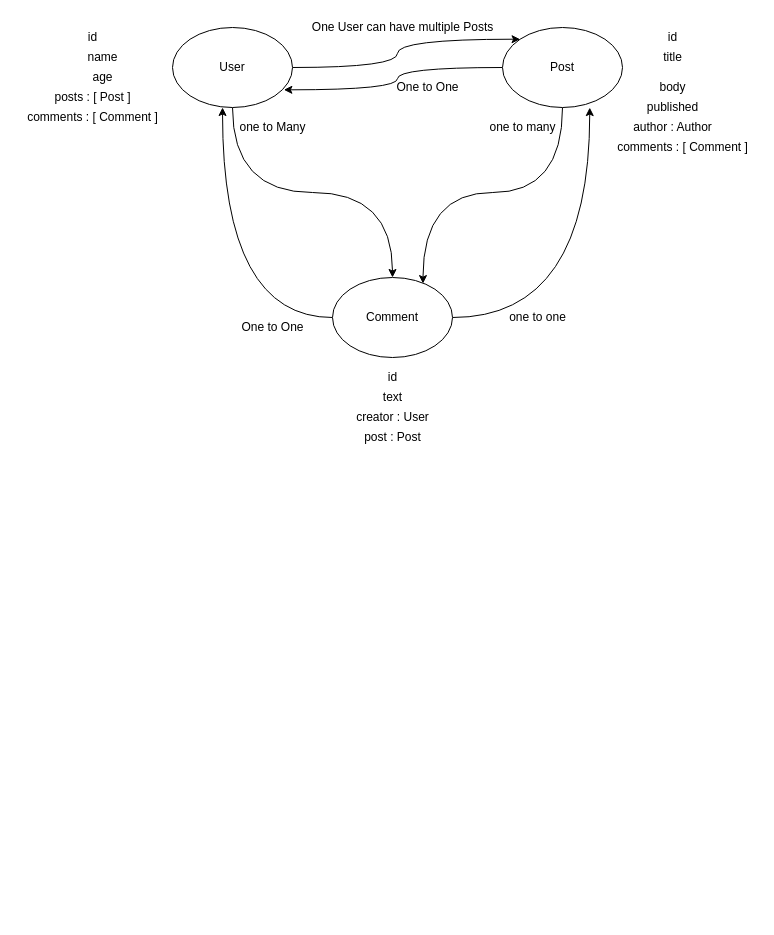
Above: page "Page-14" (14 of 14) of refs/diagrams.drawio in synergy2411/mar-22-brillo (draw.io), before the change. Source tidied: cells renumbered, new cells numbered last; positions are measured from the earlier drawing's top-left corner, leaving out a move shared by most shapes. Both pictures are drawn from the tidied source at 100%, with x=0, y=0 at pixel (17, 17).
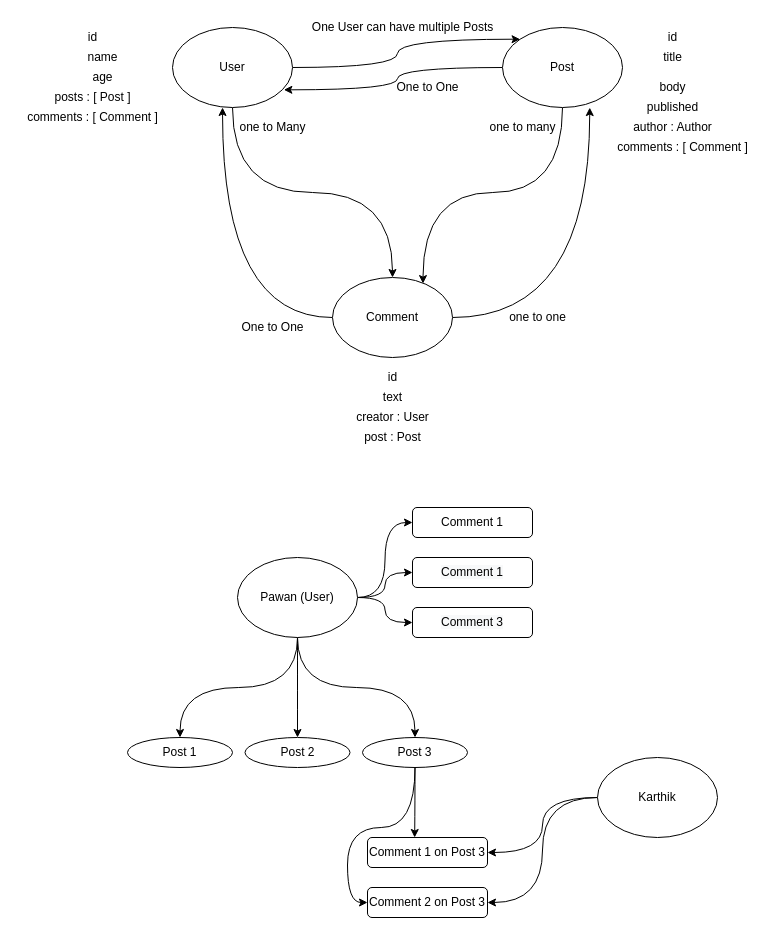
The same diagram, later.

What changed in the source:
```diff
@@
+    <mxCell id="32" style="edgeStyle=orthogonalEdgeStyle;curved=1;jettySize=auto;html=1;" parent="1" edge="1" source="38" target="39">
+      <mxGeometry relative="1" as="geometry" />
+    </mxCell>
+    <mxCell id="33" style="edgeStyle=orthogonalEdgeStyle;curved=1;jettySize=auto;html=1;exitX=0.5;exitY=1;exitDx=0;exitDy=0;" parent="1" edge="1" source="38" target="40">
+      <mxGeometry relative="1" as="geometry" />
+    </mxCell>
+    <mxCell id="34" style="edgeStyle=orthogonalEdgeStyle;curved=1;jettySize=auto;html=1;exitX=0.5;exitY=1;exitDx=0;exitDy=0;" parent="1" edge="1" source="38" target="43">
+      <mxGeometry relative="1" as="geometry" />
+    </mxCell>
+    <mxCell id="35" style="edgeStyle=orthogonalEdgeStyle;curved=1;jettySize=auto;html=1;exitX=1;exitY=0.5;exitDx=0;exitDy=0;entryX=0;entryY=0.5;entryDx=0;entryDy=0;" parent="1" edge="1" source="38" target="44">
+      <mxGeometry relative="1" as="geometry" />
+    </mxCell>
+    <mxCell id="36" style="edgeStyle=orthogonalEdgeStyle;curved=1;jettySize=auto;html=1;exitX=1;exitY=0.5;exitDx=0;exitDy=0;" parent="1" edge="1" source="38" target="45">
+      <mxGeometry relative="1" as="geometry" />
+    </mxCell>
+    <mxCell id="37" style="edgeStyle=orthogonalEdgeStyle;curved=1;jettySize=auto;html=1;exitX=1;exitY=0.5;exitDx=0;exitDy=0;entryX=0;entryY=0.5;entryDx=0;entryDy=0;" parent="1" edge="1" source="38" target="46">
+      <mxGeometry relative="1" as="geometry" />
+    </mxCell>
+    <mxCell id="38" value="Pawan (User)" style="ellipse;whiteSpace=wrap;html=1;" parent="1" vertex="1">
+      <mxGeometry x="220" y="540" width="120" height="80" as="geometry" />
+    </mxCell>
+    <mxCell id="39" value="Post 2" style="ellipse;whiteSpace=wrap;html=1;" parent="1" vertex="1">
+      <mxGeometry x="227.5" y="720" width="105" height="30" as="geometry" />
+    </mxCell>
+    <mxCell id="40" value="Post 1" style="ellipse;whiteSpace=wrap;html=1;" parent="1" vertex="1">
+      <mxGeometry x="110" y="720" width="105" height="30" as="geometry" />
+    </mxCell>
+    <mxCell id="41" style="edgeStyle=orthogonalEdgeStyle;curved=1;jettySize=auto;html=1;exitX=0.5;exitY=1;exitDx=0;exitDy=0;entryX=0.393;entryY=0;entryDx=0;entryDy=0;entryPerimeter=0;" parent="1" edge="1" source="43" target="47">
+      <mxGeometry relative="1" as="geometry" />
+    </mxCell>
+    <mxCell id="42" style="edgeStyle=orthogonalEdgeStyle;curved=1;jettySize=auto;html=1;exitX=0.5;exitY=1;exitDx=0;exitDy=0;entryX=0;entryY=0.5;entryDx=0;entryDy=0;" parent="1" edge="1" source="43" target="48">
+      <mxGeometry relative="1" as="geometry" />
+    </mxCell>
+    <mxCell id="43" value="Post 3" style="ellipse;whiteSpace=wrap;html=1;" parent="1" vertex="1">
+      <mxGeometry x="345" y="720" width="105" height="30" as="geometry" />
+    </mxCell>
+    <mxCell id="44" value="Comment 1" style="rounded=1;whiteSpace=wrap;html=1;" parent="1" vertex="1">
+      <mxGeometry x="395" y="490" width="120" height="30" as="geometry" />
+    </mxCell>
+    <mxCell id="45" value="&#10;&#10;&lt;span style=&quot;color: rgb(0, 0, 0); font-family: helvetica; font-size: 12px; font-style: normal; font-weight: 400; letter-spacing: normal; text-align: center; text-indent: 0px; text-transform: none; word-spacing: 0px; background-color: rgb(248, 249, 250); display: inline; float: none;&quot;&gt;Comment 1&lt;/span&gt;&#10;&#10;" style="rounded=1;whiteSpace=wrap;html=1;" parent="1" vertex="1">
+      <mxGeometry x="395" y="540" width="120" height="30" as="geometry" />
+    </mxCell>
+    <mxCell id="46" value="&lt;span style=&quot;color: rgb(0 , 0 , 0) ; font-family: &amp;#34;helvetica&amp;#34; ; font-size: 12px ; font-style: normal ; font-weight: 400 ; letter-spacing: normal ; text-align: center ; text-indent: 0px ; text-transform: none ; word-spacing: 0px ; background-color: rgb(248 , 249 , 250) ; display: inline ; float: none&quot;&gt;Comment 3&lt;/span&gt;" style="rounded=1;whiteSpace=wrap;html=1;" parent="1" vertex="1">
+      <mxGeometry x="395" y="590" width="120" height="30" as="geometry" />
+    </mxCell>
+    <mxCell id="47" value="Comment 1 on Post 3" style="rounded=1;whiteSpace=wrap;html=1;" parent="1" vertex="1">
+      <mxGeometry x="350" y="820" width="120" height="30" as="geometry" />
+    </mxCell>
+    <mxCell id="48" value="Comment 2 on Post 3" style="rounded=1;whiteSpace=wrap;html=1;" parent="1" vertex="1">
+      <mxGeometry x="350" y="870" width="120" height="30" as="geometry" />
+    </mxCell>
+    <mxCell id="49" style="edgeStyle=orthogonalEdgeStyle;curved=1;jettySize=auto;html=1;exitX=0;exitY=0.5;exitDx=0;exitDy=0;entryX=1;entryY=0.5;entryDx=0;entryDy=0;" parent="1" edge="1" source="51" target="47">
+      <mxGeometry relative="1" as="geometry" />
+    </mxCell>
+    <mxCell id="50" style="edgeStyle=orthogonalEdgeStyle;curved=1;jettySize=auto;html=1;exitX=0;exitY=0.5;exitDx=0;exitDy=0;entryX=1;entryY=0.5;entryDx=0;entryDy=0;" parent="1" edge="1" source="51" target="48">
+      <mxGeometry relative="1" as="geometry" />
+    </mxCell>
+    <mxCell id="51" value="Karthik" style="ellipse;whiteSpace=wrap;html=1;" parent="1" vertex="1">
+      <mxGeometry x="580" y="740" width="120" height="80" as="geometry" />
+    </mxCell>
```
